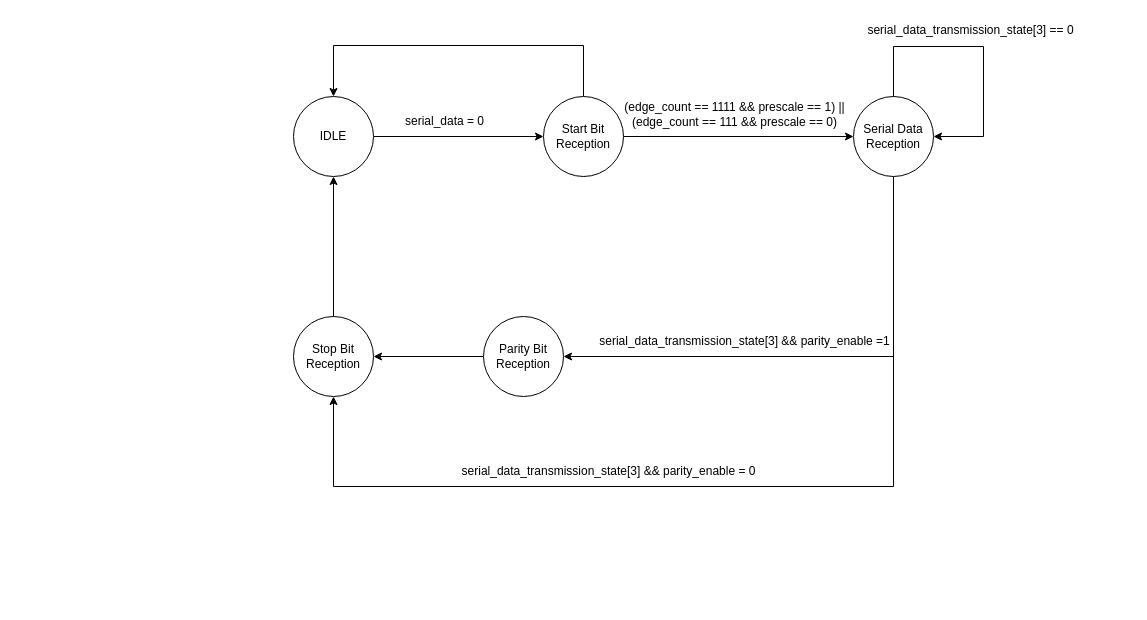
Earlier version of the draw.io diagram page "UART_receiver_FSM" (5 of 12) of system_design/Design.drawio (mostafa-elgendy22/PrUcess). Source tidied: cells renumbered, new cells numbered last; positions are measured from the earlier drawing's top-left corner, leaving out a move shared by most shapes. Both pictures are drawn from the tidied source at 100%, with x=0, y=0 at pixel (293, 17).
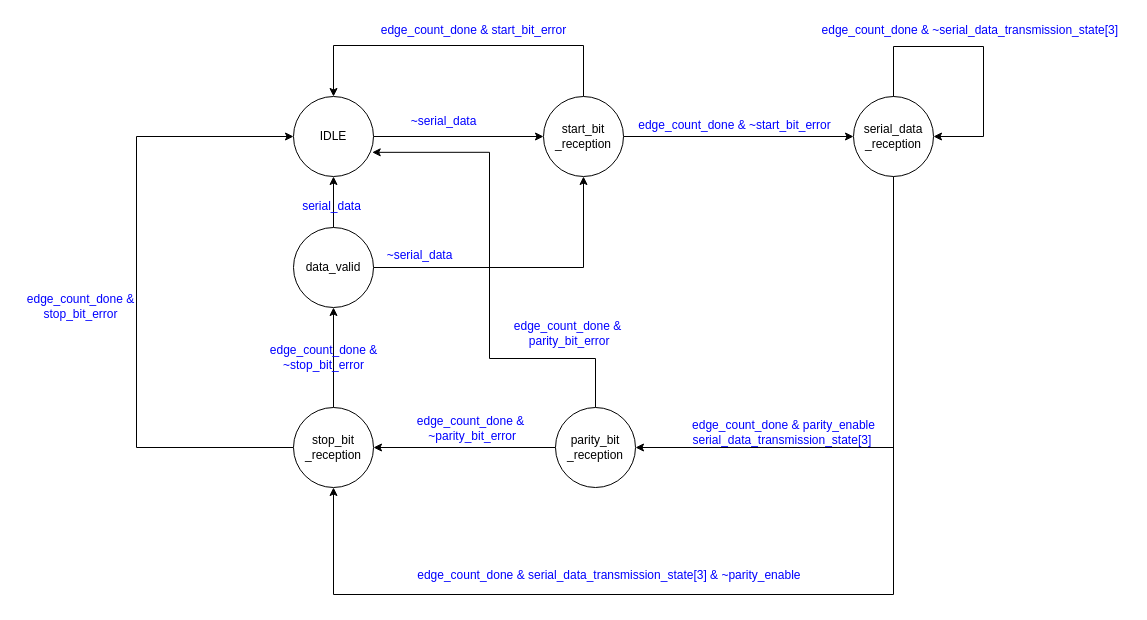
The same diagram, later.

The change refers to these unchanged cells:
```xml
<mxCell id="3" value="IDLE" style="ellipse;whiteSpace=wrap;html=1;" parent="1" vertex="1">
  <mxGeometry y="79" width="80" height="80" as="geometry" />
</mxCell>
```

What changed in the source:
```diff
@@
-    <mxCell id="6" value="Start Bit Reception" style="ellipse;whiteSpace=wrap;html=1;" parent="1" vertex="1">
+    <mxCell id="6" value="start_bit _reception" style="ellipse;whiteSpace=wrap;html=1;" parent="1" vertex="1">
       <mxGeometry x="250" y="79" width="80" height="80" as="geometry" />
     </mxCell>
-    <mxCell id="7" value="serial_data = 0" style="text;html=1;align=center;verticalAlign=middle;strokeColor=none;fillColor=none;" parent="1" vertex="1">
-      <mxGeometry x="102" y="91" width="97" height="26" as="geometry" />
+    <mxCell id="7" value="&lt;font color=&quot;#0000ff&quot;&gt;~serial_data&lt;/font&gt;" style="text;html=1;align=center;verticalAlign=middle;strokeColor=none;fillColor=none;" parent="1" vertex="1">
+      <mxGeometry x="108" y="91" width="84" height="26" as="geometry" />
     </mxCell>
@@
     <mxCell id="9" style="edgeStyle=orthogonalEdgeStyle;rounded=0;jettySize=auto;html=1;exitX=0.5;exitY=1;exitDx=0;exitDy=0;entryX=0.5;entryY=1;entryDx=0;entryDy=0;" parent="1" edge="1" source="10" target="15">
       <mxGeometry relative="1" as="geometry">
         <Array as="points">
-          <mxPoint x="600" y="469" />
-          <mxPoint x="40" y="469" />
+          <mxPoint x="600" y="577" />
+          <mxPoint x="40" y="577" />
         </Array>
       </mxGeometry>
     </mxCell>
-    <mxCell id="10" value="Serial Data Reception" style="ellipse;whiteSpace=wrap;html=1;" parent="1" vertex="1">
+    <mxCell id="10" value="serial_data _reception" style="ellipse;whiteSpace=wrap;html=1;" parent="1" vertex="1">
       <mxGeometry x="560" y="79" width="80" height="80" as="geometry" />
     </mxCell>
@@
+    <mxCell id="20" style="edgeStyle=orthogonalEdgeStyle;rounded=0;jettySize=auto;html=1;exitX=0.5;exitY=0;exitDx=0;exitDy=0;entryX=0.984;entryY=0.698;entryDx=0;entryDy=0;entryPerimeter=0;fontColor=#0000FF;" parent="1" edge="1" source="12" target="3">
+      <mxGeometry relative="1" as="geometry">
+        <Array as="points">
+          <mxPoint x="302" y="341" />
+          <mxPoint x="196" y="341" />
+          <mxPoint x="196" y="135" />
+        </Array>
+      </mxGeometry>
+    </mxCell>
-    <mxCell id="12" value="Parity Bit Reception" style="ellipse;whiteSpace=wrap;html=1;" parent="1" vertex="1">
-      <mxGeometry x="190" y="299" width="80" height="80" as="geometry" />
+    <mxCell id="12" value="parity_bit _reception" style="ellipse;whiteSpace=wrap;html=1;" parent="1" vertex="1">
+      <mxGeometry x="262" y="390" width="80" height="80" as="geometry" />
     </mxCell>
-    <mxCell id="13" value="serial_data_transmission_state[3] &amp;amp;&amp;amp; parity_enable =1" style="text;html=1;align=center;verticalAlign=middle;strokeColor=none;fillColor=none;" parent="1" vertex="1">
-      <mxGeometry x="296" y="311" width="309" height="26" as="geometry" />
+    <mxCell id="13" value="&lt;font color=&quot;#0000ff&quot;&gt;edge_count_done &amp;amp;&amp;nbsp;parity_enable&lt;br&gt;serial_data_transmission_state[3]&amp;nbsp;&lt;/font&gt;" style="text;html=1;align=center;verticalAlign=middle;strokeColor=none;fillColor=none;" parent="1" vertex="1">
+      <mxGeometry x="389" y="394" width="201" height="41" as="geometry" />
     </mxCell>
-    <mxCell id="14" style="edgeStyle=orthogonalEdgeStyle;rounded=0;jettySize=auto;html=1;exitX=0.5;exitY=0;exitDx=0;exitDy=0;entryX=0.5;entryY=1;entryDx=0;entryDy=0;" parent="1" edge="1" source="15" target="3">
-      <mxGeometry relative="1" as="geometry" />
+    <mxCell id="14" style="edgeStyle=orthogonalEdgeStyle;rounded=0;jettySize=auto;html=1;exitX=0;exitY=0.5;exitDx=0;exitDy=0;entryX=0;entryY=0.5;entryDx=0;entryDy=0;fontColor=#0000FF;" parent="1" edge="1" source="15" target="3">
+      <mxGeometry relative="1" as="geometry">
+        <Array as="points">
+          <mxPoint x="-157" y="430" />
+          <mxPoint x="-157" y="119" />
+        </Array>
+      </mxGeometry>
     </mxCell>
+    <mxCell id="21" style="edgeStyle=orthogonalEdgeStyle;rounded=0;jettySize=auto;html=1;exitX=0.5;exitY=0;exitDx=0;exitDy=0;entryX=0.5;entryY=1;entryDx=0;entryDy=0;fontColor=#0000FF;" parent="1" edge="1" source="15" target="28">
+      <mxGeometry relative="1" as="geometry" />
+    </mxCell>
-    <mxCell id="15" value="Stop Bit Reception" style="ellipse;whiteSpace=wrap;html=1;" parent="1" vertex="1">
-      <mxGeometry y="299" width="80" height="80" as="geometry" />
+    <mxCell id="15" value="stop_bit _reception" style="ellipse;whiteSpace=wrap;html=1;" parent="1" vertex="1">
+      <mxGeometry y="390" width="80" height="80" as="geometry" />
     </mxCell>
-    <mxCell id="16" value="serial_data_transmission_state[3] &amp;amp;&amp;amp; parity_enable = 0" style="text;html=1;align=center;verticalAlign=middle;strokeColor=none;fillColor=none;" parent="1" vertex="1">
-      <mxGeometry x="159" y="441" width="312" height="26" as="geometry" />
+    <mxCell id="16" value="&lt;font color=&quot;#0000ff&quot;&gt;edge_count_done &amp;amp; serial_data_transmission_state[3] &amp;amp; ~parity_enable&amp;nbsp;&lt;/font&gt;" style="text;html=1;align=center;verticalAlign=middle;strokeColor=none;fillColor=none;" parent="1" vertex="1">
+      <mxGeometry x="114" y="545" width="405" height="26" as="geometry" />
     </mxCell>
@@
-    <mxCell id="18" value="serial_data_transmission_state[3] == 0" style="text;html=1;align=center;verticalAlign=middle;strokeColor=none;fillColor=none;" parent="1" vertex="1">
-      <mxGeometry x="565" width="224" height="26" as="geometry" />
+    <mxCell id="18" value="&lt;font color=&quot;#0000ff&quot;&gt;edge_count_done &amp;amp; ~serial_data_transmission_state[3]&amp;nbsp;&lt;/font&gt;" style="text;html=1;align=center;verticalAlign=middle;strokeColor=none;fillColor=none;" parent="1" vertex="1">
+      <mxGeometry x="519" width="318" height="26" as="geometry" />
     </mxCell>
-    <mxCell id="19" value="(edge_count == 1111 &amp;amp;&amp;amp; prescale == 1) ||&lt;br&gt;(edge_count == 111 &amp;amp;&amp;amp; prescale == 0)" style="text;html=1;align=center;verticalAlign=middle;strokeColor=none;fillColor=none;" parent="1" vertex="1">
-      <mxGeometry x="322" y="76" width="238" height="41" as="geometry" />
-    </mxCell>
+    <mxCell id="22" value="edge_count_done &amp;amp; ~start_bit_error" style="text;html=1;align=center;verticalAlign=middle;strokeColor=none;fillColor=none;fontColor=#0000FF;" parent="1" vertex="1">
+      <mxGeometry x="336" y="95" width="210" height="26" as="geometry" />
+    </mxCell>
+    <mxCell id="23" value="edge_count_done &amp;amp; start_bit_error" style="text;html=1;align=center;verticalAlign=middle;strokeColor=none;fillColor=none;fontColor=#0000FF;" parent="1" vertex="1">
+      <mxGeometry x="78" width="203" height="26" as="geometry" />
+    </mxCell>
+    <mxCell id="24" value="edge_count_done &amp;amp;&lt;br&gt;&amp;nbsp;parity_bit_error" style="text;html=1;align=center;verticalAlign=middle;strokeColor=none;fillColor=none;fontColor=#0000FF;" parent="1" vertex="1">
+      <mxGeometry x="211" y="295" width="125" height="41" as="geometry" />
+    </mxCell>
+    <mxCell id="25" value="edge_count_done &amp;amp;&lt;br&gt;&amp;nbsp;~parity_bit_error" style="text;html=1;align=center;verticalAlign=middle;strokeColor=none;fillColor=none;fontColor=#0000FF;" parent="1" vertex="1">
+      <mxGeometry x="114" y="390" width="125" height="41" as="geometry" />
+    </mxCell>
+    <mxCell id="26" style="edgeStyle=orthogonalEdgeStyle;rounded=0;jettySize=auto;html=1;exitX=0.5;exitY=0;exitDx=0;exitDy=0;entryX=0.5;entryY=1;entryDx=0;entryDy=0;fontColor=#0000FF;" parent="1" edge="1" source="28" target="3">
+      <mxGeometry relative="1" as="geometry" />
+    </mxCell>
+    <mxCell id="27" style="edgeStyle=orthogonalEdgeStyle;rounded=0;jettySize=auto;html=1;exitX=1;exitY=0.5;exitDx=0;exitDy=0;entryX=0.5;entryY=1;entryDx=0;entryDy=0;fontColor=#0000FF;" parent="1" edge="1" source="28" target="6">
+      <mxGeometry relative="1" as="geometry" />
+    </mxCell>
+    <mxCell id="28" value="data_valid" style="ellipse;whiteSpace=wrap;html=1;" parent="1" vertex="1">
+      <mxGeometry y="210" width="80" height="80" as="geometry" />
+    </mxCell>
+    <mxCell id="29" value="edge_count_done &amp;amp;&lt;br&gt;stop_bit_error" style="text;html=1;align=center;verticalAlign=middle;strokeColor=none;fillColor=none;fontColor=#0000FF;" parent="1" vertex="1">
+      <mxGeometry x="-276" y="268" width="125" height="41" as="geometry" />
+    </mxCell>
+    <mxCell id="30" value="edge_count_done &amp;amp;&lt;br&gt;~stop_bit_error" style="text;html=1;align=center;verticalAlign=middle;strokeColor=none;fillColor=none;fontColor=#0000FF;" parent="1" vertex="1">
+      <mxGeometry x="-33" y="319" width="125" height="41" as="geometry" />
+    </mxCell>
+    <mxCell id="31" value="&lt;font color=&quot;#0000ff&quot;&gt;~serial_data&lt;/font&gt;" style="text;html=1;align=center;verticalAlign=middle;strokeColor=none;fillColor=none;" parent="1" vertex="1">
+      <mxGeometry x="84" y="225" width="84" height="26" as="geometry" />
+    </mxCell>
+    <mxCell id="32" value="&lt;font color=&quot;#0000ff&quot;&gt;serial_data&lt;/font&gt;" style="text;html=1;align=center;verticalAlign=middle;strokeColor=none;fillColor=none;" parent="1" vertex="1">
+      <mxGeometry x="-1" y="176" width="77" height="26" as="geometry" />
+    </mxCell>
```
